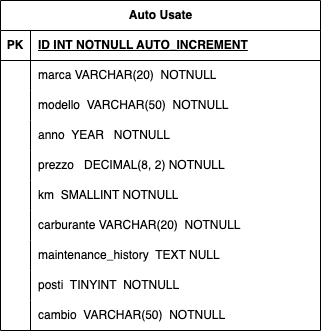
RuxandraRambet/db-first keeps this draw.io diagram as auto.drawio.png. Above is the earlier version. Source tidied: cells renumbered, new cells last; positions are measured from the earlier drawing's top-left corner, leaving out a move shared by most shapes.
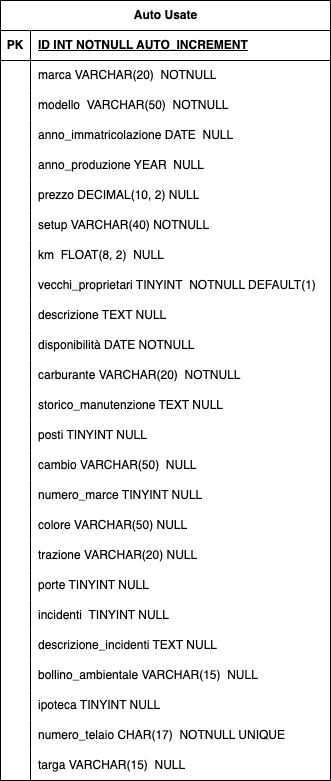
The same diagram one commit later.

What changed in the source:
```diff
@@ -3,97 +3,232 @@
     <mxCell id="0" />
     <mxCell id="1" parent="0" />
     <mxCell id="2" value="Auto Usate" style="shape=table;startSize=30;rowLines=0;fontStyle=1;align=center;html=1;rounded=0;shadow=0;gradientColor=none;swimlaneFillColor=none;flipH=0;flipV=0;" parent="1" vertex="1">
-      <mxGeometry width="320" height="330" as="geometry" />
+      <mxGeometry width="330" height="780" as="geometry" />
     </mxCell>
     <mxCell id="3" style="shape=tableRow;horizontal=0;startSize=0;swimlaneHead=0;swimlaneBody=0;fillColor=none;top=0;left=0;right=0;bottom=1;" parent="2" vertex="1">
-      <mxGeometry y="30" width="320" height="30" as="geometry" />
+      <mxGeometry y="30" width="330" height="30" as="geometry" />
     </mxCell>
     <mxCell id="4" value="PK" style="shape=partialRectangle;fillColor=none;top=0;left=0;bottom=0;right=0;fontStyle=1;overflow=hidden;whiteSpace=wrap;html=1;" parent="3" vertex="1">
       <mxGeometry width="30" height="30" as="geometry" />
     </mxCell>
     <mxCell id="5" value="ID INT NOTNULL AUTO_INCREMENT" style="shape=partialRectangle;fillColor=none;top=0;left=0;bottom=0;right=0;align=left;spacingLeft=6;fontStyle=5;overflow=hidden;whiteSpace=wrap;html=1;" parent="3" vertex="1">
-      <mxGeometry x="30" width="290" height="30" as="geometry" />
+      <mxGeometry x="30" width="300" height="30" as="geometry" />
     </mxCell>
     <mxCell id="6" style="shape=tableRow;horizontal=0;startSize=0;swimlaneHead=0;swimlaneBody=0;fillColor=none;top=0;left=0;right=0;bottom=0;" parent="2" vertex="1">
-      <mxGeometry y="60" width="320" height="30" as="geometry" />
+      <mxGeometry y="60" width="330" height="30" as="geometry" />
     </mxCell>
     <mxCell id="7" style="shape=partialRectangle;fillColor=none;top=0;left=0;bottom=0;right=0;overflow=hidden;whiteSpace=wrap;html=1;" parent="6" vertex="1">
       <mxGeometry width="30" height="30" as="geometry" />
     </mxCell>
     <mxCell id="8" value="marca VARCHAR(20)&amp;nbsp; NOTNULL" style="shape=partialRectangle;fillColor=none;top=0;left=0;bottom=0;right=0;align=left;spacingLeft=6;overflow=hidden;whiteSpace=wrap;html=1;" parent="6" vertex="1">
-      <mxGeometry x="30" width="290" height="30" as="geometry" />
+      <mxGeometry x="30" width="300" height="30" as="geometry" />
     </mxCell>
     <mxCell id="9" style="shape=tableRow;horizontal=0;startSize=0;swimlaneHead=0;swimlaneBody=0;fillColor=none;top=0;left=0;right=0;bottom=0;" parent="2" vertex="1">
-      <mxGeometry y="90" width="320" height="30" as="geometry" />
+      <mxGeometry y="90" width="330" height="30" as="geometry" />
     </mxCell>
     <mxCell id="10" style="shape=partialRectangle;fillColor=none;top=0;left=0;bottom=0;right=0;overflow=hidden;whiteSpace=wrap;html=1;" parent="9" vertex="1">
       <mxGeometry width="30" height="30" as="geometry" />
     </mxCell>
     <mxCell id="11" value="modello&amp;nbsp; VARCHAR(50)&amp;nbsp; NOTNULL" style="shape=partialRectangle;fillColor=none;top=0;left=0;bottom=0;right=0;align=left;spacingLeft=6;overflow=hidden;whiteSpace=wrap;html=1;" parent="9" vertex="1">
-      <mxGeometry x="30" width="290" height="30" as="geometry" />
+      <mxGeometry x="30" width="300" height="30" as="geometry" />
     </mxCell>
     <mxCell id="12" style="shape=tableRow;horizontal=0;startSize=0;swimlaneHead=0;swimlaneBody=0;fillColor=none;top=0;left=0;right=0;bottom=0;" parent="2" vertex="1">
-      <mxGeometry y="120" width="320" height="30" as="geometry" />
+      <mxGeometry y="120" width="330" height="30" as="geometry" />
     </mxCell>
     <mxCell id="13" style="shape=partialRectangle;fillColor=none;top=0;left=0;bottom=0;right=0;overflow=hidden;whiteSpace=wrap;html=1;" parent="12" vertex="1">
       <mxGeometry width="30" height="30" as="geometry" />
     </mxCell>
-    <mxCell id="14" value="anno&amp;nbsp; YEAR&amp;nbsp; &amp;nbsp;NOTNULL" style="shape=partialRectangle;fillColor=none;top=0;left=0;bottom=0;right=0;align=left;spacingLeft=6;overflow=hidden;whiteSpace=wrap;html=1;" parent="12" vertex="1">
-      <mxGeometry x="30" width="290" height="30" as="geometry" />
+    <mxCell id="14" value="anno_immatricolazione DATE&amp;nbsp; NULL" style="shape=partialRectangle;fillColor=none;top=0;left=0;bottom=0;right=0;align=left;spacingLeft=6;overflow=hidden;whiteSpace=wrap;html=1;" parent="12" vertex="1">
+      <mxGeometry x="30" width="300" height="30" as="geometry" />
     </mxCell>
+    <mxCell id="33" style="shape=tableRow;horizontal=0;startSize=0;swimlaneHead=0;swimlaneBody=0;fillColor=none;top=0;left=0;right=0;bottom=0;" parent="2" vertex="1">
+      <mxGeometry y="150" width="330" height="30" as="geometry" />
+    </mxCell>
+    <mxCell id="34" style="shape=partialRectangle;fillColor=none;top=0;left=0;bottom=0;right=0;overflow=hidden;whiteSpace=wrap;html=1;" parent="33" vertex="1">
+      <mxGeometry width="30" height="30" as="geometry" />
+    </mxCell>
+    <mxCell id="35" value="anno_produzione YEAR&amp;nbsp; NULL" style="shape=partialRectangle;fillColor=none;top=0;left=0;bottom=0;right=0;align=left;spacingLeft=6;overflow=hidden;whiteSpace=wrap;html=1;" parent="33" vertex="1">
+      <mxGeometry x="30" width="300" height="30" as="geometry" />
+    </mxCell>
     <mxCell id="15" style="shape=tableRow;horizontal=0;startSize=0;swimlaneHead=0;swimlaneBody=0;fillColor=none;top=0;left=0;right=0;bottom=0;" parent="2" vertex="1">
-      <mxGeometry y="150" width="320" height="30" as="geometry" />
+      <mxGeometry y="180" width="330" height="30" as="geometry" />
     </mxCell>
     <mxCell id="16" style="shape=partialRectangle;fillColor=none;top=0;left=0;bottom=0;right=0;overflow=hidden;whiteSpace=wrap;html=1;" parent="15" vertex="1">
       <mxGeometry width="30" height="30" as="geometry" />
     </mxCell>
-    <mxCell id="17" value="prezzo&amp;nbsp; &amp;nbsp;DECIMAL(8, 2) NOTNULL" style="shape=partialRectangle;fillColor=none;top=0;left=0;bottom=0;right=0;align=left;spacingLeft=6;overflow=hidden;whiteSpace=wrap;html=1;" parent="15" vertex="1">
-      <mxGeometry x="30" width="290" height="30" as="geometry" />
+    <mxCell id="17" value="prezzo DECIMAL(10, 2) NULL" style="shape=partialRectangle;fillColor=none;top=0;left=0;bottom=0;right=0;align=left;spacingLeft=6;overflow=hidden;whiteSpace=wrap;html=1;" parent="15" vertex="1">
+      <mxGeometry x="30" width="300" height="30" as="geometry" />
     </mxCell>
+    <mxCell id="36" style="shape=tableRow;horizontal=0;startSize=0;swimlaneHead=0;swimlaneBody=0;fillColor=none;top=0;left=0;right=0;bottom=0;" parent="2" vertex="1">
+      <mxGeometry y="210" width="330" height="30" as="geometry" />
+    </mxCell>
+    <mxCell id="37" style="shape=partialRectangle;fillColor=none;top=0;left=0;bottom=0;right=0;overflow=hidden;whiteSpace=wrap;html=1;" parent="36" vertex="1">
+      <mxGeometry width="30" height="30" as="geometry" />
+    </mxCell>
+    <mxCell id="38" value="setup VARCHAR(40) NOTNULL" style="shape=partialRectangle;fillColor=none;top=0;left=0;bottom=0;right=0;align=left;spacingLeft=6;overflow=hidden;whiteSpace=wrap;html=1;" parent="36" vertex="1">
+      <mxGeometry x="30" width="300" height="30" as="geometry" />
+    </mxCell>
     <mxCell id="18" style="shape=tableRow;horizontal=0;startSize=0;swimlaneHead=0;swimlaneBody=0;fillColor=none;top=0;left=0;right=0;bottom=0;" parent="2" vertex="1">
-      <mxGeometry y="180" width="320" height="30" as="geometry" />
+      <mxGeometry y="240" width="330" height="30" as="geometry" />
     </mxCell>
     <mxCell id="19" style="shape=partialRectangle;fillColor=none;top=0;left=0;bottom=0;right=0;overflow=hidden;whiteSpace=wrap;html=1;" parent="18" vertex="1">
       <mxGeometry width="30" height="30" as="geometry" />
     </mxCell>
-    <mxCell id="20" value="km&amp;nbsp; SMALLINT NOTNULL" style="shape=partialRectangle;fillColor=none;top=0;left=0;bottom=0;right=0;align=left;spacingLeft=6;overflow=hidden;whiteSpace=wrap;html=1;" parent="18" vertex="1">
-      <mxGeometry x="30" width="290" height="30" as="geometry" />
+    <mxCell id="20" value="km&amp;nbsp; FLOAT(8, 2)&amp;nbsp; NULL" style="shape=partialRectangle;fillColor=none;top=0;left=0;bottom=0;right=0;align=left;spacingLeft=6;overflow=hidden;whiteSpace=wrap;html=1;" parent="18" vertex="1">
+      <mxGeometry x="30" width="300" height="30" as="geometry" />
     </mxCell>
+    <mxCell id="39" style="shape=tableRow;horizontal=0;startSize=0;swimlaneHead=0;swimlaneBody=0;fillColor=none;top=0;left=0;right=0;bottom=0;" parent="2" vertex="1">
+      <mxGeometry y="270" width="330" height="30" as="geometry" />
+    </mxCell>
+    <mxCell id="40" style="shape=partialRectangle;fillColor=none;top=0;left=0;bottom=0;right=0;overflow=hidden;whiteSpace=wrap;html=1;" parent="39" vertex="1">
+      <mxGeometry width="30" height="30" as="geometry" />
+    </mxCell>
+    <mxCell id="41" value="vecchi_proprietari TINYINT&amp;nbsp; NOTNULL DEFAULT(1)" style="shape=partialRectangle;fillColor=none;top=0;left=0;bottom=0;right=0;align=left;spacingLeft=6;overflow=hidden;whiteSpace=wrap;html=1;" parent="39" vertex="1">
+      <mxGeometry x="30" width="300" height="30" as="geometry" />
+    </mxCell>
+    <mxCell id="42" style="shape=tableRow;horizontal=0;startSize=0;swimlaneHead=0;swimlaneBody=0;fillColor=none;top=0;left=0;right=0;bottom=0;" parent="2" vertex="1">
+      <mxGeometry y="300" width="330" height="30" as="geometry" />
+    </mxCell>
+    <mxCell id="43" style="shape=partialRectangle;fillColor=none;top=0;left=0;bottom=0;right=0;overflow=hidden;whiteSpace=wrap;html=1;" parent="42" vertex="1">
+      <mxGeometry width="30" height="30" as="geometry" />
+    </mxCell>
+    <mxCell id="44" value="descrizione TEXT NULL" style="shape=partialRectangle;fillColor=none;top=0;left=0;bottom=0;right=0;align=left;spacingLeft=6;overflow=hidden;whiteSpace=wrap;html=1;" parent="42" vertex="1">
+      <mxGeometry x="30" width="300" height="30" as="geometry" />
+    </mxCell>
+    <mxCell id="45" style="shape=tableRow;horizontal=0;startSize=0;swimlaneHead=0;swimlaneBody=0;fillColor=none;top=0;left=0;right=0;bottom=0;" parent="2" vertex="1">
+      <mxGeometry y="330" width="330" height="30" as="geometry" />
+    </mxCell>
+    <mxCell id="46" style="shape=partialRectangle;fillColor=none;top=0;left=0;bottom=0;right=0;overflow=hidden;whiteSpace=wrap;html=1;" parent="45" vertex="1">
+      <mxGeometry width="30" height="30" as="geometry" />
+    </mxCell>
+    <mxCell id="47" value="disponibilità DATE NOTNULL" style="shape=partialRectangle;fillColor=none;top=0;left=0;bottom=0;right=0;align=left;spacingLeft=6;overflow=hidden;whiteSpace=wrap;html=1;" parent="45" vertex="1">
+      <mxGeometry x="30" width="300" height="30" as="geometry" />
+    </mxCell>
     <mxCell id="21" style="shape=tableRow;horizontal=0;startSize=0;swimlaneHead=0;swimlaneBody=0;fillColor=none;top=0;left=0;right=0;bottom=0;" parent="2" vertex="1">
-      <mxGeometry y="210" width="320" height="30" as="geometry" />
+      <mxGeometry y="360" width="330" height="30" as="geometry" />
     </mxCell>
     <mxCell id="22" style="shape=partialRectangle;fillColor=none;top=0;left=0;bottom=0;right=0;overflow=hidden;whiteSpace=wrap;html=1;" parent="21" vertex="1">
       <mxGeometry width="30" height="30" as="geometry" />
     </mxCell>
     <mxCell id="23" value="carburante VARCHAR(20)&amp;nbsp; NOTNULL" style="shape=partialRectangle;fillColor=none;top=0;left=0;bottom=0;right=0;align=left;spacingLeft=6;overflow=hidden;whiteSpace=wrap;html=1;" parent="21" vertex="1">
-      <mxGeometry x="30" width="290" height="30" as="geometry" />
+      <mxGeometry x="30" width="300" height="30" as="geometry" />
     </mxCell>
     <mxCell id="24" style="shape=tableRow;horizontal=0;startSize=0;swimlaneHead=0;swimlaneBody=0;fillColor=none;top=0;left=0;right=0;bottom=0;" parent="2" vertex="1">
-      <mxGeometry y="240" width="320" height="30" as="geometry" />
+      <mxGeometry y="390" width="330" height="30" as="geometry" />
     </mxCell>
     <mxCell id="25" style="shape=partialRectangle;fillColor=none;top=0;left=0;bottom=0;right=0;overflow=hidden;whiteSpace=wrap;html=1;" parent="24" vertex="1">
       <mxGeometry width="30" height="30" as="geometry" />
     </mxCell>
-    <mxCell id="26" value="maintenance_history&amp;nbsp; TEXT NULL" style="shape=partialRectangle;fillColor=none;top=0;left=0;bottom=0;right=0;align=left;spacingLeft=6;overflow=hidden;whiteSpace=wrap;html=1;" parent="24" vertex="1">
-      <mxGeometry x="30" width="290" height="30" as="geometry" />
+    <mxCell id="26" value="storico_manutenzione TEXT NULL" style="shape=partialRectangle;fillColor=none;top=0;left=0;bottom=0;right=0;align=left;spacingLeft=6;overflow=hidden;whiteSpace=wrap;html=1;" parent="24" vertex="1">
+      <mxGeometry x="30" width="300" height="30" as="geometry" />
     </mxCell>
     <mxCell id="27" style="shape=tableRow;horizontal=0;startSize=0;swimlaneHead=0;swimlaneBody=0;fillColor=none;top=0;left=0;right=0;bottom=0;" parent="2" vertex="1">
-      <mxGeometry y="270" width="320" height="30" as="geometry" />
+      <mxGeometry y="420" width="330" height="30" as="geometry" />
     </mxCell>
     <mxCell id="28" style="shape=partialRectangle;fillColor=none;top=0;left=0;bottom=0;right=0;overflow=hidden;whiteSpace=wrap;html=1;" parent="27" vertex="1">
       <mxGeometry width="30" height="30" as="geometry" />
     </mxCell>
-    <mxCell id="29" value="posti&amp;nbsp; TINYINT&amp;nbsp; NOTNULL" style="shape=partialRectangle;fillColor=none;top=0;left=0;bottom=0;right=0;align=left;spacingLeft=6;overflow=hidden;whiteSpace=wrap;html=1;" parent="27" vertex="1">
-      <mxGeometry x="30" width="290" height="30" as="geometry" />
+    <mxCell id="29" value="posti TINYINT NULL" style="shape=partialRectangle;fillColor=none;top=0;left=0;bottom=0;right=0;align=left;spacingLeft=6;overflow=hidden;whiteSpace=wrap;html=1;" parent="27" vertex="1">
+      <mxGeometry x="30" width="300" height="30" as="geometry" />
     </mxCell>
     <mxCell id="30" style="shape=tableRow;horizontal=0;startSize=0;swimlaneHead=0;swimlaneBody=0;fillColor=none;top=0;left=0;right=0;bottom=0;" parent="2" vertex="1">
-      <mxGeometry y="300" width="320" height="30" as="geometry" />
+      <mxGeometry y="450" width="330" height="30" as="geometry" />
     </mxCell>
     <mxCell id="31" style="shape=partialRectangle;fillColor=none;top=0;left=0;bottom=0;right=0;overflow=hidden;whiteSpace=wrap;html=1;" parent="30" vertex="1">
       <mxGeometry width="30" height="30" as="geometry" />
     </mxCell>
-    <mxCell id="32" value="cambio&amp;nbsp; VARCHAR(50)&amp;nbsp; NOTNULL" style="shape=partialRectangle;fillColor=none;top=0;left=0;bottom=0;right=0;align=left;spacingLeft=6;overflow=hidden;whiteSpace=wrap;html=1;" parent="30" vertex="1">
-      <mxGeometry x="30" width="290" height="30" as="geometry" />
+    <mxCell id="32" value="cambio VARCHAR(50)&amp;nbsp; NULL" style="shape=partialRectangle;fillColor=none;top=0;left=0;bottom=0;right=0;align=left;spacingLeft=6;overflow=hidden;whiteSpace=wrap;html=1;" parent="30" vertex="1">
+      <mxGeometry x="30" width="300" height="30" as="geometry" />
     </mxCell>
+    <mxCell id="48" style="shape=tableRow;horizontal=0;startSize=0;swimlaneHead=0;swimlaneBody=0;fillColor=none;top=0;left=0;right=0;bottom=0;" parent="2" vertex="1">
+      <mxGeometry y="480" width="330" height="30" as="geometry" />
+    </mxCell>
+    <mxCell id="49" style="shape=partialRectangle;fillColor=none;top=0;left=0;bottom=0;right=0;overflow=hidden;whiteSpace=wrap;html=1;" parent="48" vertex="1">
+      <mxGeometry width="30" height="30" as="geometry" />
+    </mxCell>
+    <mxCell id="50" value="numero_marce TINYINT NULL" style="shape=partialRectangle;fillColor=none;top=0;left=0;bottom=0;right=0;align=left;spacingLeft=6;overflow=hidden;whiteSpace=wrap;html=1;" parent="48" vertex="1">
+      <mxGeometry x="30" width="300" height="30" as="geometry" />
+    </mxCell>
+    <mxCell id="51" style="shape=tableRow;horizontal=0;startSize=0;swimlaneHead=0;swimlaneBody=0;fillColor=none;top=0;left=0;right=0;bottom=0;" parent="2" vertex="1">
+      <mxGeometry y="510" width="330" height="30" as="geometry" />
+    </mxCell>
+    <mxCell id="52" style="shape=partialRectangle;fillColor=none;top=0;left=0;bottom=0;right=0;overflow=hidden;whiteSpace=wrap;html=1;" parent="51" vertex="1">
+      <mxGeometry width="30" height="30" as="geometry" />
+    </mxCell>
+    <mxCell id="53" value="colore VARCHAR(50) NULL" style="shape=partialRectangle;fillColor=none;top=0;left=0;bottom=0;right=0;align=left;spacingLeft=6;overflow=hidden;whiteSpace=wrap;html=1;" parent="51" vertex="1">
+      <mxGeometry x="30" width="300" height="30" as="geometry" />
+    </mxCell>
+    <mxCell id="54" style="shape=tableRow;horizontal=0;startSize=0;swimlaneHead=0;swimlaneBody=0;fillColor=none;top=0;left=0;right=0;bottom=0;" parent="2" vertex="1">
+      <mxGeometry y="540" width="330" height="30" as="geometry" />
+    </mxCell>
+    <mxCell id="55" style="shape=partialRectangle;fillColor=none;top=0;left=0;bottom=0;right=0;overflow=hidden;whiteSpace=wrap;html=1;" parent="54" vertex="1">
+      <mxGeometry width="30" height="30" as="geometry" />
+    </mxCell>
+    <mxCell id="56" value="trazione VARCHAR(20) NULL" style="shape=partialRectangle;fillColor=none;top=0;left=0;bottom=0;right=0;align=left;spacingLeft=6;overflow=hidden;whiteSpace=wrap;html=1;" parent="54" vertex="1">
+      <mxGeometry x="30" width="300" height="30" as="geometry" />
+    </mxCell>
+    <mxCell id="57" style="shape=tableRow;horizontal=0;startSize=0;swimlaneHead=0;swimlaneBody=0;fillColor=none;top=0;left=0;right=0;bottom=0;" parent="2" vertex="1">
+      <mxGeometry y="570" width="330" height="30" as="geometry" />
+    </mxCell>
+    <mxCell id="58" style="shape=partialRectangle;fillColor=none;top=0;left=0;bottom=0;right=0;overflow=hidden;whiteSpace=wrap;html=1;" parent="57" vertex="1">
+      <mxGeometry width="30" height="30" as="geometry" />
+    </mxCell>
+    <mxCell id="59" value="porte TINYINT NULL" style="shape=partialRectangle;fillColor=none;top=0;left=0;bottom=0;right=0;align=left;spacingLeft=6;overflow=hidden;whiteSpace=wrap;html=1;" parent="57" vertex="1">
+      <mxGeometry x="30" width="300" height="30" as="geometry" />
+    </mxCell>
+    <mxCell id="60" style="shape=tableRow;horizontal=0;startSize=0;swimlaneHead=0;swimlaneBody=0;fillColor=none;top=0;left=0;right=0;bottom=0;" parent="2" vertex="1">
+      <mxGeometry y="600" width="330" height="30" as="geometry" />
+    </mxCell>
+    <mxCell id="61" style="shape=partialRectangle;fillColor=none;top=0;left=0;bottom=0;right=0;overflow=hidden;whiteSpace=wrap;html=1;" parent="60" vertex="1">
+      <mxGeometry width="30" height="30" as="geometry" />
+    </mxCell>
+    <mxCell id="62" value="incidenti&amp;nbsp; TINYINT NULL" style="shape=partialRectangle;fillColor=none;top=0;left=0;bottom=0;right=0;align=left;spacingLeft=6;overflow=hidden;whiteSpace=wrap;html=1;" parent="60" vertex="1">
+      <mxGeometry x="30" width="300" height="30" as="geometry" />
+    </mxCell>
+    <mxCell id="63" style="shape=tableRow;horizontal=0;startSize=0;swimlaneHead=0;swimlaneBody=0;fillColor=none;top=0;left=0;right=0;bottom=0;" parent="2" vertex="1">
+      <mxGeometry y="630" width="330" height="30" as="geometry" />
+    </mxCell>
+    <mxCell id="64" style="shape=partialRectangle;fillColor=none;top=0;left=0;bottom=0;right=0;overflow=hidden;whiteSpace=wrap;html=1;" parent="63" vertex="1">
+      <mxGeometry width="30" height="30" as="geometry" />
+    </mxCell>
+    <mxCell id="65" value="descrizione_incidenti TEXT NULL" style="shape=partialRectangle;fillColor=none;top=0;left=0;bottom=0;right=0;align=left;spacingLeft=6;overflow=hidden;whiteSpace=wrap;html=1;" parent="63" vertex="1">
+      <mxGeometry x="30" width="300" height="30" as="geometry" />
+    </mxCell>
+    <mxCell id="66" style="shape=tableRow;horizontal=0;startSize=0;swimlaneHead=0;swimlaneBody=0;fillColor=none;top=0;left=0;right=0;bottom=0;" parent="2" vertex="1">
+      <mxGeometry y="660" width="330" height="30" as="geometry" />
+    </mxCell>
+    <mxCell id="67" style="shape=partialRectangle;fillColor=none;top=0;left=0;bottom=0;right=0;overflow=hidden;whiteSpace=wrap;html=1;" parent="66" vertex="1">
+      <mxGeometry width="30" height="30" as="geometry" />
+    </mxCell>
+    <mxCell id="68" value="bollino_ambientale VARCHAR(15)&amp;nbsp; NULL" style="shape=partialRectangle;fillColor=none;top=0;left=0;bottom=0;right=0;align=left;spacingLeft=6;overflow=hidden;whiteSpace=wrap;html=1;" parent="66" vertex="1">
+      <mxGeometry x="30" width="300" height="30" as="geometry" />
+    </mxCell>
+    <mxCell id="69" style="shape=tableRow;horizontal=0;startSize=0;swimlaneHead=0;swimlaneBody=0;fillColor=none;top=0;left=0;right=0;bottom=0;" parent="2" vertex="1">
+      <mxGeometry y="690" width="330" height="30" as="geometry" />
+    </mxCell>
+    <mxCell id="70" style="shape=partialRectangle;fillColor=none;top=0;left=0;bottom=0;right=0;overflow=hidden;whiteSpace=wrap;html=1;" parent="69" vertex="1">
+      <mxGeometry width="30" height="30" as="geometry" />
+    </mxCell>
+    <mxCell id="71" value="ipoteca TINYINT NULL" style="shape=partialRectangle;fillColor=none;top=0;left=0;bottom=0;right=0;align=left;spacingLeft=6;overflow=hidden;whiteSpace=wrap;html=1;" parent="69" vertex="1">
+      <mxGeometry x="30" width="300" height="30" as="geometry" />
+    </mxCell>
+    <mxCell id="72" style="shape=tableRow;horizontal=0;startSize=0;swimlaneHead=0;swimlaneBody=0;fillColor=none;top=0;left=0;right=0;bottom=0;" parent="2" vertex="1">
+      <mxGeometry y="720" width="330" height="30" as="geometry" />
+    </mxCell>
+    <mxCell id="73" style="shape=partialRectangle;fillColor=none;top=0;left=0;bottom=0;right=0;overflow=hidden;whiteSpace=wrap;html=1;" parent="72" vertex="1">
+      <mxGeometry width="30" height="30" as="geometry" />
+    </mxCell>
+    <mxCell id="74" value="numero_telaio CHAR(17)&amp;nbsp; NOTNULL UNIQUE" style="shape=partialRectangle;fillColor=none;top=0;left=0;bottom=0;right=0;align=left;spacingLeft=6;overflow=hidden;whiteSpace=wrap;html=1;" parent="72" vertex="1">
+      <mxGeometry x="30" width="300" height="30" as="geometry" />
+    </mxCell>
+    <mxCell id="75" style="shape=tableRow;horizontal=0;startSize=0;swimlaneHead=0;swimlaneBody=0;fillColor=none;top=0;left=0;right=0;bottom=0;" parent="2" vertex="1">
+      <mxGeometry y="750" width="330" height="30" as="geometry" />
+    </mxCell>
+    <mxCell id="76" style="shape=partialRectangle;fillColor=none;top=0;left=0;bottom=0;right=0;overflow=hidden;whiteSpace=wrap;html=1;" parent="75" vertex="1">
+      <mxGeometry width="30" height="30" as="geometry" />
+    </mxCell>
+    <mxCell id="77" value="targa VARCHAR(15)&amp;nbsp; NULL" style="shape=partialRectangle;fillColor=none;top=0;left=0;bottom=0;right=0;align=left;spacingLeft=6;overflow=hidden;whiteSpace=wrap;html=1;" parent="75" vertex="1">
+      <mxGeometry x="30" width="300" height="30" as="geometry" />
+    </mxCell>
   </root>
 </mxGraphModel>
```
